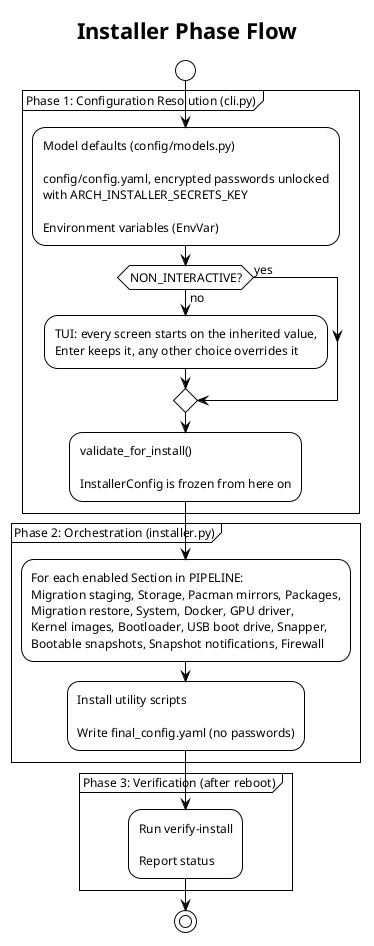
kodoshi/arch_installer keeps this PlantUML diagram as docs/diagrams/installer-flow.png. Above is the earlier version.
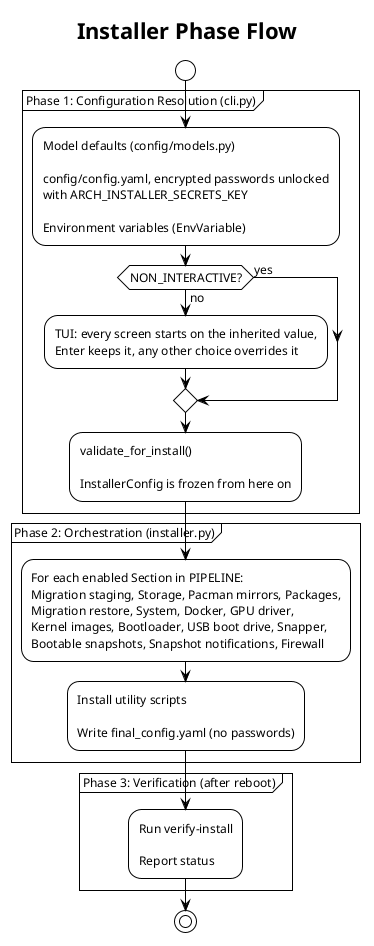
After the commit.

Change to the diagram source:
```diff
@@ -7,7 +7,7 @@
 start
 
 partition "Phase 1: Configuration Resolution (cli.py)" {
-    :Model defaults (config/models.py)\n\nconfig/config.yaml, encrypted passwords unlocked\nwith ARCH_INSTALLER_SECRETS_KEY\n\nEnvironment variables (EnvVar);
+    :Model defaults (config/models.py)\n\nconfig/config.yaml, encrypted passwords unlocked\nwith ARCH_INSTALLER_SECRETS_KEY\n\nEnvironment variables (EnvVariable);
     if (NON_INTERACTIVE?) then (no)
         :TUI: every screen starts on the inherited value,\nEnter keeps it, any other choice overrides it;
     else (yes)
```
